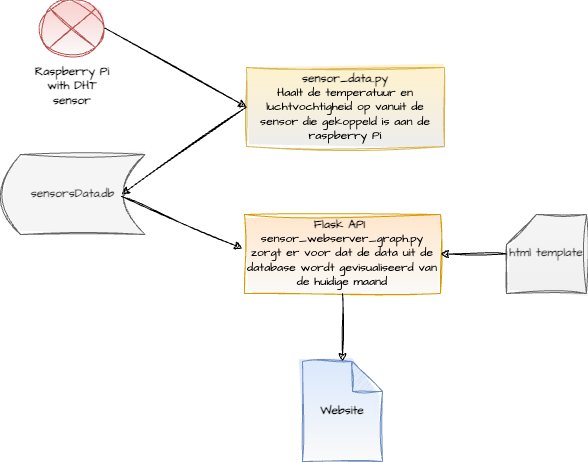
Nelleke20/service.sensor-data keeps this draw.io diagram as img/setup.png. Above is the earlier version. Source tidied: cells renumbered, new cells last; positions are measured from the earlier drawing's top-left corner, leaving out a move shared by most shapes. The source it was exported from:
```xml
<mxGraphModel>
  <root>
    <mxCell id="0" />
    <mxCell id="1" parent="0" />
    <mxCell id="2" value="&lt;b&gt;sensor_data..py&lt;br&gt;&lt;/b&gt;Haalt de temperatuur en luchtvochtigheid op vanuit de sensor die gekoppeld is aan de raspberry Pi" style="rounded=0;whiteSpace=wrap;html=1;sketch=1;hachureGap=4;jiggle=2;curveFitting=1;fontFamily=Architects Daughter;fontSource=https%3A%2F%2Ffonts.googleapis.com%2Fcss%3Ffamily%3DArchitects%2BDaughter;fontSize=12;fillColor=#fff2cc;strokeColor=#d6b656;gradientColor=#EDEDED;" parent="1" vertex="1">
      <mxGeometry x="246" y="67" width="198" height="79" as="geometry" />
    </mxCell>
    <mxCell id="3" style="endArrow=classic;html=1;sketch=1;hachureGap=4;jiggle=2;curveFitting=1;fontFamily=Architects Daughter;fontSource=https%3A%2F%2Ffonts.googleapis.com%2Fcss%3Ffamily%3DArchitects%2BDaughter;fontSize=12;exitX=0;exitY=0.5;exitDx=0;exitDy=0;" parent="1" edge="1" source="2">
      <mxGeometry relative="1" as="geometry">
        <mxPoint x="121" y="194" as="targetPoint" />
      </mxGeometry>
    </mxCell>
    <mxCell id="4" value="sensorsData.db&lt;br&gt;" style="shape=dataStorage;whiteSpace=wrap;html=1;fixedSize=1;sketch=1;hachureGap=4;jiggle=2;curveFitting=1;fontFamily=Architects Daughter;fontSource=https%3A%2F%2Ffonts.googleapis.com%2Fcss%3Ffamily%3DArchitects%2BDaughter;fontSize=12;fillColor=#f5f5f5;fontColor=#333333;strokeColor=#666666;gradientColor=#F5F5F5;fontStyle=1;" parent="1" vertex="1">
      <mxGeometry y="154" width="144.5" height="80" as="geometry" />
    </mxCell>
    <mxCell id="5" style="shape=sumEllipse;perimeter=ellipsePerimeter;whiteSpace=wrap;html=1;backgroundOutline=1;sketch=1;hachureGap=4;jiggle=2;curveFitting=1;fontFamily=Architects Daughter;fontSource=https%3A%2F%2Ffonts.googleapis.com%2Fcss%3Ffamily%3DArchitects%2BDaughter;fontSize=12;fillColor=#f8cecc;strokeColor=#b85450;gradientColor=#FAFAFA;" parent="1" vertex="1">
      <mxGeometry x="40.2" width="64" height="55" as="geometry" />
    </mxCell>
    <mxCell id="6" value="Raspberry Pi with DHT sensor" style="text;html=1;strokeColor=none;fillColor=none;align=center;verticalAlign=middle;whiteSpace=wrap;rounded=0;sketch=1;hachureGap=4;jiggle=2;curveFitting=1;fontFamily=Architects Daughter;fontSource=https%3A%2F%2Ffonts.googleapis.com%2Fcss%3Ffamily%3DArchitects%2BDaughter;fontSize=12;fontStyle=1;" parent="1" vertex="1">
      <mxGeometry x="32.2" y="71" width="80" height="30" as="geometry" />
    </mxCell>
    <mxCell id="7" style="endArrow=classic;html=1;sketch=1;hachureGap=4;jiggle=2;curveFitting=1;fontFamily=Architects Daughter;fontSource=https%3A%2F%2Ffonts.googleapis.com%2Fcss%3Ffamily%3DArchitects%2BDaughter;fontSize=12;exitX=1;exitY=0.5;exitDx=0;exitDy=0;entryX=0;entryY=0.5;entryDx=0;entryDy=0;" parent="1" edge="1" source="5" target="2">
      <mxGeometry relative="1" as="geometry" />
    </mxCell>
    <mxCell id="8" style="endArrow=classic;html=1;sketch=1;hachureGap=4;jiggle=2;curveFitting=1;fontFamily=Architects Daughter;fontSource=https%3A%2F%2Ffonts.googleapis.com%2Fcss%3Ffamily%3DArchitects%2BDaughter;fontSize=12;" parent="1" edge="1">
      <mxGeometry relative="1" as="geometry">
        <mxPoint x="121" y="196" as="sourcePoint" />
        <mxPoint x="242" y="248" as="targetPoint" />
      </mxGeometry>
    </mxCell>
    <mxCell id="9" value="&lt;b&gt;Flask API&amp;nbsp;&lt;br&gt;&lt;/b&gt;sensor_webserver_graph.py zorgt er voor dat de data uit de database wordt gevisualiseerd van de huidige maand" style="rounded=0;whiteSpace=wrap;html=1;sketch=1;hachureGap=4;jiggle=2;curveFitting=1;fontFamily=Architects Daughter;fontSource=https%3A%2F%2Ffonts.googleapis.com%2Fcss%3Ffamily%3DArchitects%2BDaughter;fontSize=12;fillColor=#ffe6cc;strokeColor=#d79b00;gradientColor=#FAFAFA;" parent="1" vertex="1">
      <mxGeometry x="244" y="214" width="196" height="79" as="geometry" />
    </mxCell>
    <mxCell id="10" value="Website" style="shape=note;whiteSpace=wrap;html=1;backgroundOutline=1;darkOpacity=0.05;sketch=1;hachureGap=4;jiggle=2;curveFitting=1;fontFamily=Architects Daughter;fontSource=https%3A%2F%2Ffonts.googleapis.com%2Fcss%3Ffamily%3DArchitects%2BDaughter;fontSize=12;fillColor=#dae8fc;strokeColor=#6c8ebf;gradientColor=#FAFAFA;fontStyle=1;" parent="1" vertex="1">
      <mxGeometry x="302" y="361" width="80" height="100" as="geometry" />
    </mxCell>
    <mxCell id="11" style="endArrow=classic;html=1;sketch=1;hachureGap=4;jiggle=2;curveFitting=1;fontFamily=Architects Daughter;fontSource=https%3A%2F%2Ffonts.googleapis.com%2Fcss%3Ffamily%3DArchitects%2BDaughter;fontSize=12;exitX=0.5;exitY=1;exitDx=0;exitDy=0;entryX=0.5;entryY=0;entryDx=0;entryDy=0;entryPerimeter=0;" parent="1" edge="1" source="9" target="10">
      <mxGeometry relative="1" as="geometry" />
    </mxCell>
    <mxCell id="12" value="html template" style="shape=card;whiteSpace=wrap;html=1;sketch=1;hachureGap=4;jiggle=2;curveFitting=1;fontFamily=Architects Daughter;fontSource=https%3A%2F%2Ffonts.googleapis.com%2Fcss%3Ffamily%3DArchitects%2BDaughter;fontSize=12;fillColor=#f5f5f5;fontColor=#333333;strokeColor=#666666;gradientColor=#F0F0F0;fontStyle=1;" parent="1" vertex="1">
      <mxGeometry x="506" y="214" width="80" height="79" as="geometry" />
    </mxCell>
    <mxCell id="13" style="endArrow=classic;html=1;sketch=1;hachureGap=4;jiggle=2;curveFitting=1;fontFamily=Architects Daughter;fontSource=https%3A%2F%2Ffonts.googleapis.com%2Fcss%3Ffamily%3DArchitects%2BDaughter;fontSize=12;entryX=1;entryY=0.5;entryDx=0;entryDy=0;" parent="1" edge="1" source="12" target="9">
      <mxGeometry relative="1" as="geometry" />
    </mxCell>
  </root>
</mxGraphModel>
```
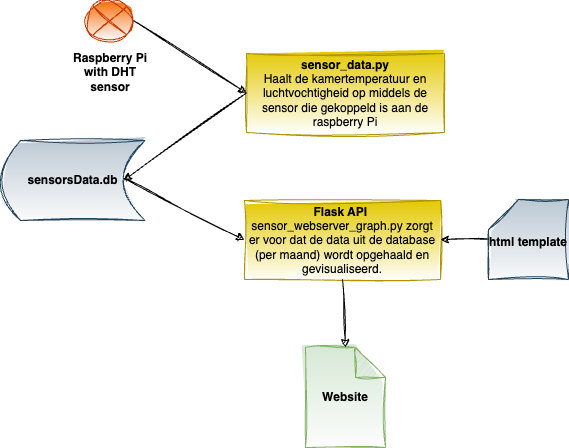
Above is the later version.

Diff of the diagram source:
```diff
@@ -2,46 +2,43 @@
   <root>
     <mxCell id="0" />
     <mxCell id="1" parent="0" />
-    <mxCell id="2" value="&lt;b&gt;sensor_data..py&lt;br&gt;&lt;/b&gt;Haalt de temperatuur en luchtvochtigheid op vanuit de sensor die gekoppeld is aan de raspberry Pi" style="rounded=0;whiteSpace=wrap;html=1;sketch=1;hachureGap=4;jiggle=2;curveFitting=1;fontFamily=Architects Daughter;fontSource=https%3A%2F%2Ffonts.googleapis.com%2Fcss%3Ffamily%3DArchitects%2BDaughter;fontSize=12;fillColor=#fff2cc;strokeColor=#d6b656;gradientColor=#EDEDED;" parent="1" vertex="1">
-      <mxGeometry x="246" y="67" width="198" height="79" as="geometry" />
+    <mxCell id="2" value="&lt;b&gt;sensor_data.py&lt;/b&gt;&lt;br&gt;Haalt de kamertemperatuur en luchtvochtigheid op middels de sensor die gekoppeld is aan de raspberry Pi" style="rounded=0;whiteSpace=wrap;html=1;sketch=1;hachureGap=4;jiggle=2;curveFitting=1;fontFamily=Helvetica;fontSize=12;fillColor=#e3c800;strokeColor=#B09500;fontColor=#000000;gradientColor=#FFFFFF;" parent="1" vertex="1">
+      <mxGeometry x="290" y="151" width="198" height="79" as="geometry" />
     </mxCell>
-    <mxCell id="3" style="endArrow=classic;html=1;sketch=1;hachureGap=4;jiggle=2;curveFitting=1;fontFamily=Architects Daughter;fontSource=https%3A%2F%2Ffonts.googleapis.com%2Fcss%3Ffamily%3DArchitects%2BDaughter;fontSize=12;exitX=0;exitY=0.5;exitDx=0;exitDy=0;" parent="1" edge="1" source="2">
-      <mxGeometry relative="1" as="geometry">
-        <mxPoint x="121" y="194" as="targetPoint" />
-      </mxGeometry>
+    <mxCell id="3" style="endArrow=classic;html=1;sketch=1;hachureGap=4;jiggle=2;curveFitting=1;fontFamily=Architects Daughter;fontSource=https%3A%2F%2Ffonts.googleapis.com%2Fcss%3Ffamily%3DArchitects%2BDaughter;fontSize=12;exitX=0;exitY=0.5;exitDx=0;exitDy=0;entryX=0.852;entryY=0.5;entryDx=0;entryDy=0;entryPerimeter=0;" parent="1" edge="1" source="2" target="4">
+      <mxGeometry relative="1" as="geometry" />
     </mxCell>
-    <mxCell id="4" value="sensorsData.db&lt;br&gt;" style="shape=dataStorage;whiteSpace=wrap;html=1;fixedSize=1;sketch=1;hachureGap=4;jiggle=2;curveFitting=1;fontFamily=Architects Daughter;fontSource=https%3A%2F%2Ffonts.googleapis.com%2Fcss%3Ffamily%3DArchitects%2BDaughter;fontSize=12;fillColor=#f5f5f5;fontColor=#333333;strokeColor=#666666;gradientColor=#F5F5F5;fontStyle=1;" parent="1" vertex="1">
-      <mxGeometry y="154" width="144.5" height="80" as="geometry" />
+    <mxCell id="4" value="sensorsData.db" style="shape=dataStorage;whiteSpace=wrap;html=1;fixedSize=1;sketch=1;hachureGap=4;jiggle=2;curveFitting=1;fontFamily=Helvetica;fontSize=12;fillColor=#bac8d3;strokeColor=#23445d;fontStyle=1;gradientColor=#FAFAFA;" parent="1" vertex="1">
+      <mxGeometry x="44" y="238" width="144.5" height="80" as="geometry" />
     </mxCell>
-    <mxCell id="5" style="shape=sumEllipse;perimeter=ellipsePerimeter;whiteSpace=wrap;html=1;backgroundOutline=1;sketch=1;hachureGap=4;jiggle=2;curveFitting=1;fontFamily=Architects Daughter;fontSource=https%3A%2F%2Ffonts.googleapis.com%2Fcss%3Ffamily%3DArchitects%2BDaughter;fontSize=12;fillColor=#f8cecc;strokeColor=#b85450;gradientColor=#FAFAFA;" parent="1" vertex="1">
-      <mxGeometry x="40.2" width="64" height="55" as="geometry" />
+    <mxCell id="5" style="shape=sumEllipse;perimeter=ellipsePerimeter;whiteSpace=wrap;html=1;backgroundOutline=1;sketch=1;hachureGap=4;jiggle=2;curveFitting=1;fontFamily=Helvetica;fontSize=12;fillColor=#fa6800;strokeColor=#C73500;fontColor=#000000;gradientColor=#FAFAFA;" parent="1" vertex="1">
+      <mxGeometry x="130" y="98" width="47" height="40" as="geometry" />
     </mxCell>
-    <mxCell id="6" value="Raspberry Pi with DHT sensor" style="text;html=1;strokeColor=none;fillColor=none;align=center;verticalAlign=middle;whiteSpace=wrap;rounded=0;sketch=1;hachureGap=4;jiggle=2;curveFitting=1;fontFamily=Architects Daughter;fontSource=https%3A%2F%2Ffonts.googleapis.com%2Fcss%3Ffamily%3DArchitects%2BDaughter;fontSize=12;fontStyle=1;" parent="1" vertex="1">
-      <mxGeometry x="32.2" y="71" width="80" height="30" as="geometry" />
+    <mxCell id="6" value="Raspberry Pi with DHT sensor" style="text;html=1;strokeColor=none;fillColor=none;align=center;verticalAlign=middle;whiteSpace=wrap;rounded=0;sketch=1;hachureGap=4;jiggle=2;curveFitting=1;fontFamily=Helvetica;fontSize=12;fontStyle=1;" parent="1" vertex="1">
+      <mxGeometry x="113.5" y="155" width="80" height="30" as="geometry" />
     </mxCell>
     <mxCell id="7" style="endArrow=classic;html=1;sketch=1;hachureGap=4;jiggle=2;curveFitting=1;fontFamily=Architects Daughter;fontSource=https%3A%2F%2Ffonts.googleapis.com%2Fcss%3Ffamily%3DArchitects%2BDaughter;fontSize=12;exitX=1;exitY=0.5;exitDx=0;exitDy=0;entryX=0;entryY=0.5;entryDx=0;entryDy=0;" parent="1" edge="1" source="5" target="2">
       <mxGeometry relative="1" as="geometry" />
     </mxCell>
-    <mxCell id="8" style="endArrow=classic;html=1;sketch=1;hachureGap=4;jiggle=2;curveFitting=1;fontFamily=Architects Daughter;fontSource=https%3A%2F%2Ffonts.googleapis.com%2Fcss%3Ffamily%3DArchitects%2BDaughter;fontSize=12;" parent="1" edge="1">
-      <mxGeometry relative="1" as="geometry">
-        <mxPoint x="121" y="196" as="sourcePoint" />
-        <mxPoint x="242" y="248" as="targetPoint" />
-      </mxGeometry>
+    <mxCell id="8" style="endArrow=classic;html=1;sketch=1;hachureGap=4;jiggle=2;curveFitting=1;fontFamily=Architects Daughter;fontSource=https%3A%2F%2Ffonts.googleapis.com%2Fcss%3Ffamily%3DArchitects%2BDaughter;fontSize=12;entryX=0;entryY=0.5;entryDx=0;entryDy=0;exitX=0.854;exitY=0.473;exitDx=0;exitDy=0;exitPerimeter=0;" parent="1" edge="1" source="4" target="9">
+      <mxGeometry relative="1" as="geometry" />
     </mxCell>
-    <mxCell id="9" value="&lt;b&gt;Flask API&amp;nbsp;&lt;br&gt;&lt;/b&gt;sensor_webserver_graph.py zorgt er voor dat de data uit de database wordt gevisualiseerd van de huidige maand" style="rounded=0;whiteSpace=wrap;html=1;sketch=1;hachureGap=4;jiggle=2;curveFitting=1;fontFamily=Architects Daughter;fontSource=https%3A%2F%2Ffonts.googleapis.com%2Fcss%3Ffamily%3DArchitects%2BDaughter;fontSize=12;fillColor=#ffe6cc;strokeColor=#d79b00;gradientColor=#FAFAFA;" parent="1" vertex="1">
-      <mxGeometry x="244" y="214" width="196" height="79" as="geometry" />
+    <mxCell id="9" value="&lt;b&gt;Flask API&amp;nbsp;&lt;/b&gt;&lt;br&gt;sensor_webserver_graph.py zorgt er voor dat de data uit de database (per maand) wordt opgehaald en gevisualiseerd." style="rounded=0;whiteSpace=wrap;html=1;sketch=1;hachureGap=4;jiggle=2;curveFitting=1;fontFamily=Helvetica;fontSize=12;fillColor=#e3c800;strokeColor=#B09500;fontColor=#000000;gradientColor=#ffffff;" parent="1" vertex="1">
+      <mxGeometry x="288" y="298" width="196" height="79" as="geometry" />
     </mxCell>
-    <mxCell id="10" value="Website" style="shape=note;whiteSpace=wrap;html=1;backgroundOutline=1;darkOpacity=0.05;sketch=1;hachureGap=4;jiggle=2;curveFitting=1;fontFamily=Architects Daughter;fontSource=https%3A%2F%2Ffonts.googleapis.com%2Fcss%3Ffamily%3DArchitects%2BDaughter;fontSize=12;fillColor=#dae8fc;strokeColor=#6c8ebf;gradientColor=#FAFAFA;fontStyle=1;" parent="1" vertex="1">
-      <mxGeometry x="302" y="361" width="80" height="100" as="geometry" />
+    <mxCell id="10" value="Website" style="shape=note;whiteSpace=wrap;html=1;backgroundOutline=1;darkOpacity=0.05;sketch=1;hachureGap=4;jiggle=2;curveFitting=1;fontFamily=Helvetica;fontSize=12;fillColor=#d5e8d4;strokeColor=#82b366;fontStyle=1;gradientColor=#FCFCFC;" parent="1" vertex="1">
+      <mxGeometry x="349" y="445" width="80" height="100" as="geometry" />
     </mxCell>
     <mxCell id="11" style="endArrow=classic;html=1;sketch=1;hachureGap=4;jiggle=2;curveFitting=1;fontFamily=Architects Daughter;fontSource=https%3A%2F%2Ffonts.googleapis.com%2Fcss%3Ffamily%3DArchitects%2BDaughter;fontSize=12;exitX=0.5;exitY=1;exitDx=0;exitDy=0;entryX=0.5;entryY=0;entryDx=0;entryDy=0;entryPerimeter=0;" parent="1" edge="1" source="9" target="10">
       <mxGeometry relative="1" as="geometry" />
     </mxCell>
-    <mxCell id="12" value="html template" style="shape=card;whiteSpace=wrap;html=1;sketch=1;hachureGap=4;jiggle=2;curveFitting=1;fontFamily=Architects Daughter;fontSource=https%3A%2F%2Ffonts.googleapis.com%2Fcss%3Ffamily%3DArchitects%2BDaughter;fontSize=12;fillColor=#f5f5f5;fontColor=#333333;strokeColor=#666666;gradientColor=#F0F0F0;fontStyle=1;" parent="1" vertex="1">
-      <mxGeometry x="506" y="214" width="80" height="79" as="geometry" />
+    <mxCell id="12" value="&lt;font style=&quot;font-size: 12px;&quot;&gt;html template&lt;/font&gt;" style="shape=card;whiteSpace=wrap;html=1;sketch=1;hachureGap=4;jiggle=2;curveFitting=1;fontFamily=Helvetica;fontSize=20;fillColor=#bac8d3;strokeColor=#23445d;fontStyle=1;gradientColor=#FAFAFA;" parent="1" vertex="1">
+      <mxGeometry x="532" y="297" width="80" height="80" as="geometry" />
     </mxCell>
-    <mxCell id="13" style="endArrow=classic;html=1;sketch=1;hachureGap=4;jiggle=2;curveFitting=1;fontFamily=Architects Daughter;fontSource=https%3A%2F%2Ffonts.googleapis.com%2Fcss%3Ffamily%3DArchitects%2BDaughter;fontSize=12;entryX=1;entryY=0.5;entryDx=0;entryDy=0;" parent="1" edge="1" source="12" target="9">
-      <mxGeometry relative="1" as="geometry" />
-    </mxCell>
+    <mxCell id="14" style="endArrow=classic;html=1;sketch=1;hachureGap=4;jiggle=2;curveFitting=1;fontFamily=Architects Daughter;fontSource=https%3A%2F%2Ffonts.googleapis.com%2Fcss%3Ffamily%3DArchitects%2BDaughter;fontSize=12;exitX=0.003;exitY=0.495;exitDx=0;exitDy=0;exitPerimeter=0;entryX=0.003;entryY=0.495;entryDx=0;entryDy=0;entryPerimeter=0;" parent="1" edge="1" source="12">
+      <mxGeometry relative="1" as="geometry">
+        <mxPoint x="484" y="337" as="targetPoint" />
+      </mxGeometry>
+    </mxCell>
   </root>
 </mxGraphModel>
```
